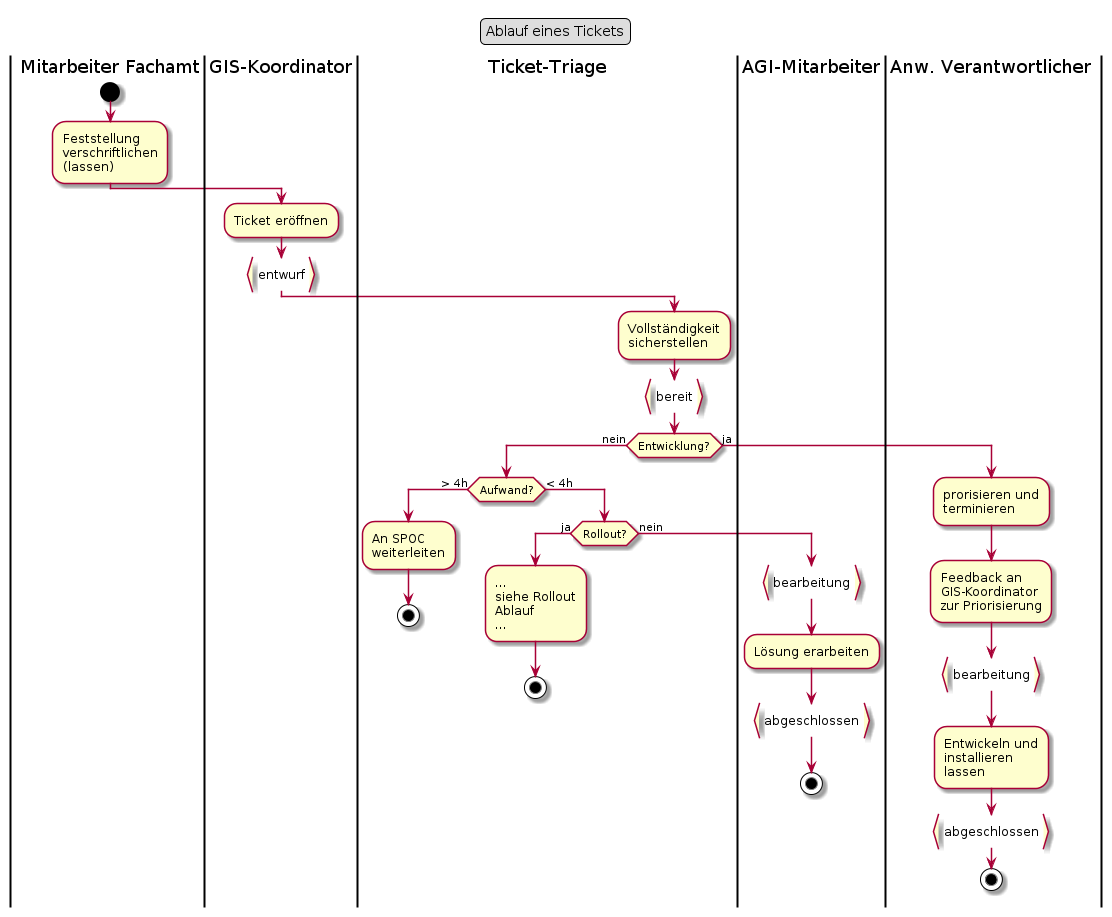
The PlantUML diagram puml_output/flow_ticket.png in ojeker/docktick, before a commit.
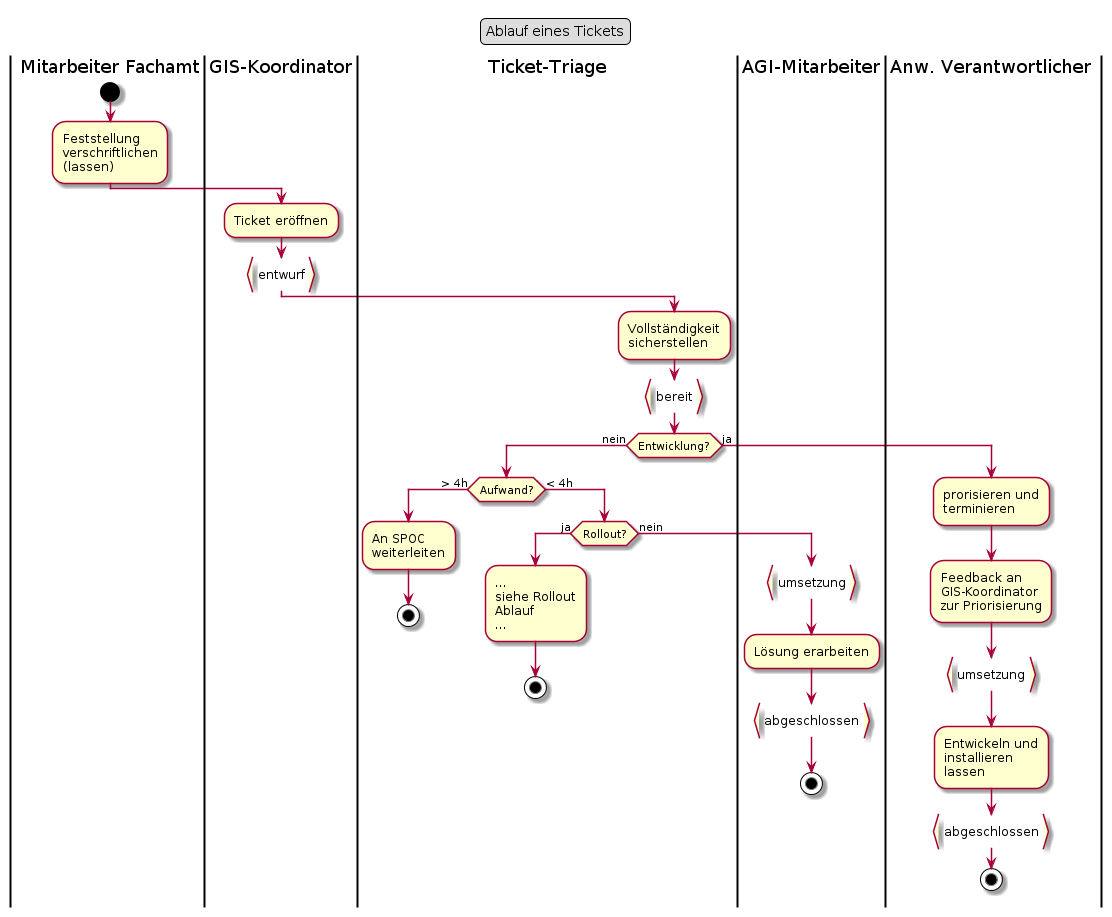
The same diagram one commit later.

Change to the diagram source:
```diff
@@ -28,7 +28,7 @@
       stop
     else (nein)
       |AGI-Mitarbeiter|
-      :bearbeitung}
+      :umsetzung}
       :Lösung erarbeiten;
       :abgeschlossen}
       stop
@@ -41,7 +41,7 @@
   :Feedback an
   GIS-Koordinator
   zur Priorisierung;
-  :bearbeitung}
+  :umsetzung}
   :Entwickeln und
   installieren
   lassen;
```
